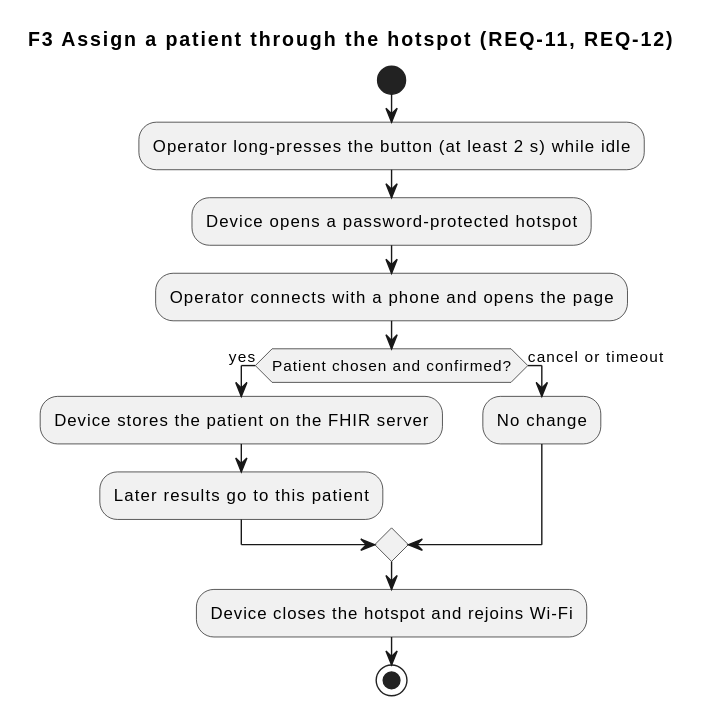
Before: Development/system/requirements/use-cases/rendered/uc_03_assign_patient.svg, a diagram exported from PlantUML (DemonicPsychoII/DigitalStethoscope). Source of this version:
```plantuml
@startuml
skinparam shadowing false
skinparam defaultFontName SansSerif
title F3 Assign a patient through the hotspot (REQ-11, REQ-12)
start
:Operator long-presses the button (at least 2 s) while idle;
:Device opens a password-protected hotspot;
:Operator connects with a phone and opens the page;
if (Patient chosen and confirmed?) then (yes)
 :Device stores the patient on the FHIR server;
 :Later results go to this patient;
else (cancel or timeout)
 :No change;
endif
:Device closes the hotspot and rejoins Wi-Fi;
stop
@enduml
```
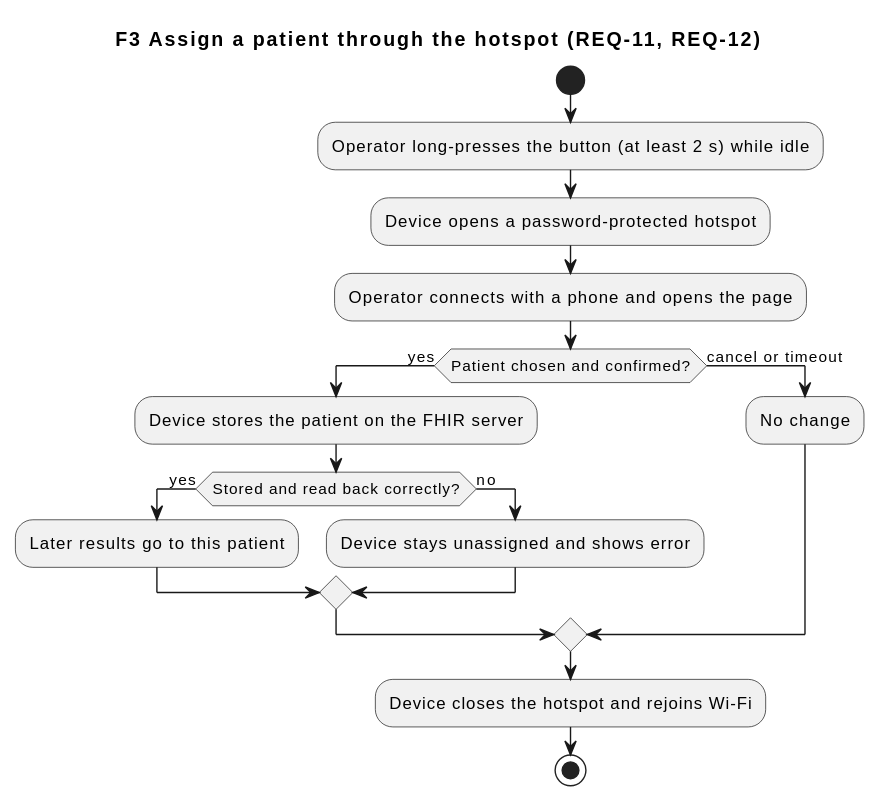
The same diagram one commit later.

What changed in the source:
```diff
@@ -8,7 +8,11 @@
 :Operator connects with a phone and opens the page;
 if (Patient chosen and confirmed?) then (yes)
  :Device stores the patient on the FHIR server;
- :Later results go to this patient;
+ if (Stored and read back correctly?) then (yes)
+  :Later results go to this patient;
+ else (no)
+  :Device stays unassigned and shows error;
+ endif
 else (cancel or timeout)
  :No change;
 endif
```
